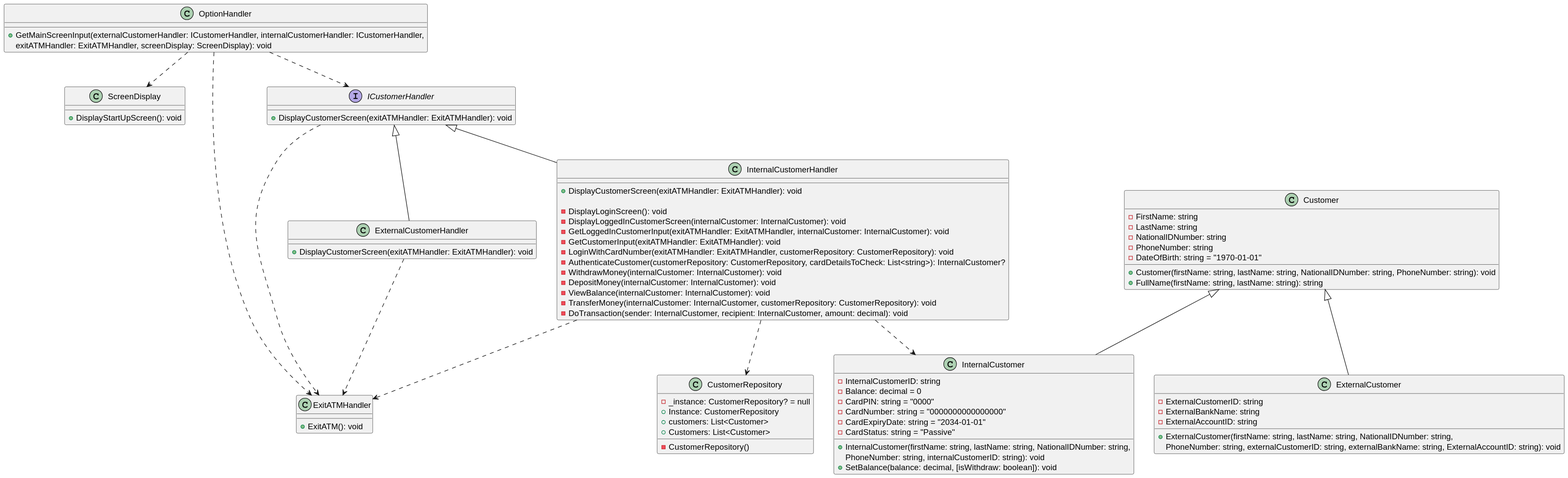
The PlantUML diagram out/ATMUygulamasi.svg in KTrordu/atm-uygulamasi, before a commit.
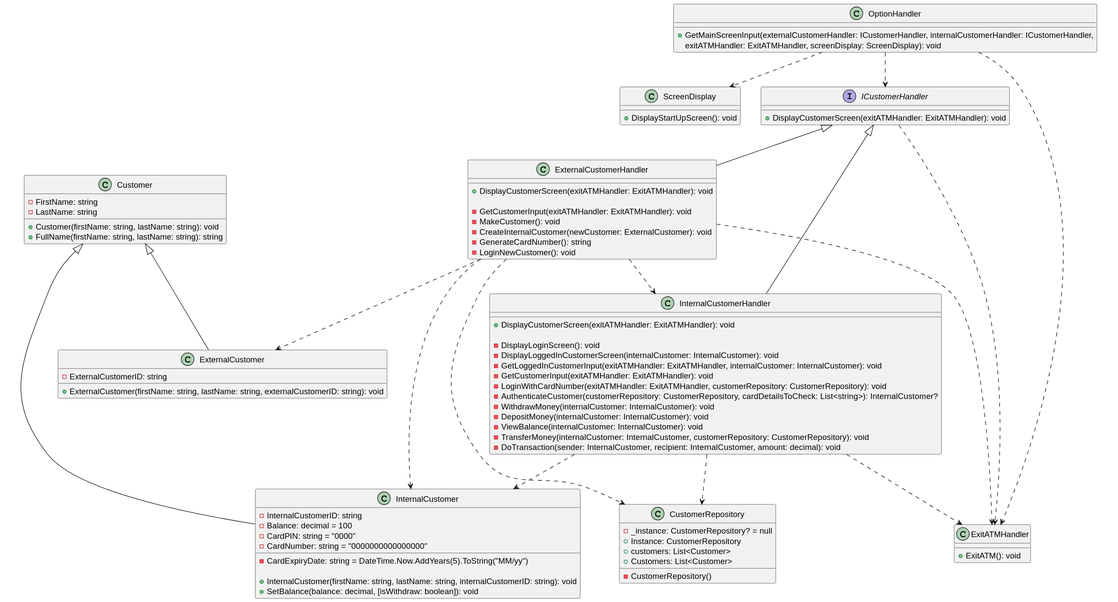
After the change.

Commit message:
updated the uml diagram

The edit, as a diff of the source:
```diff
@@ -6,33 +6,25 @@
 class Customer {
     -FirstName: string
     -LastName: string
-    -NationalIDNumber: string
-    -PhoneNumber: string
-    -DateOfBirth: string = "1970-01-01"
 
-    +Customer(firstName: string, lastName: string, NationalIDNumber: string, PhoneNumber: string): void
+    +Customer(firstName: string, lastName: string): void
     +FullName(firstName: string, lastName: string): string
 }
 
 class ExternalCustomer {
     -ExternalCustomerID: string
-    -ExternalBankName: string
-    -ExternalAccountID: string
 
-    +ExternalCustomer(firstName: string, lastName: string, NationalIDNumber: string,
-    PhoneNumber: string, externalCustomerID: string, externalBankName: string, ExternalAccountID: string): void
+    +ExternalCustomer(firstName: string, lastName: string, externalCustomerID: string): void
 }
 
 class InternalCustomer {
     -InternalCustomerID: string
-    -Balance: decimal = 0
+    -Balance: decimal = 100
     -CardPIN: string = "0000"
     -CardNumber: string = "0000000000000000"
-    -CardExpiryDate: string = "2034-01-01"
-    -CardStatus: string = "Passive"
+    -CardExpiryDate: string = DateTime.Now.AddYears(5).ToString("MM/yy")
 
-    +InternalCustomer(firstName: string, lastName: string, NationalIDNumber: string,
-    PhoneNumber: string, internalCustomerID: string): void
+    +InternalCustomer(firstName: string, lastName: string, internalCustomerID: string): void
     +SetBalance(balance: decimal, [isWithdraw: boolean]): void
 }
 
@@ -47,6 +39,12 @@
 
 class ExternalCustomerHandler {
     +DisplayCustomerScreen(exitATMHandler: ExitATMHandler): void
+
+    -GetCustomerInput(exitATMHandler: ExitATMHandler): void
+    -MakeCustomer(): void
+    -CreateInternalCustomer(newCustomer: ExternalCustomer): void
+    -GenerateCardNumber(): string
+    -LoginNewCustomer(): void
 }
 
 class InternalCustomerHandler {
@@ -94,4 +92,9 @@
 
 InternalCustomerHandler ..> CustomerRepository
 InternalCustomerHandler ..> InternalCustomer
+
+ExternalCustomerHandler ..> CustomerRepository
+ExternalCustomerHandler ..> InternalCustomerHandler
+ExternalCustomerHandler ..> ExternalCustomer
+ExternalCustomerHandler ..> InternalCustomer
 @enduml
```
